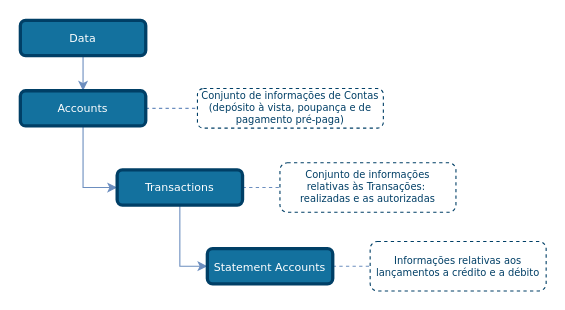
Earlier version of the draw.io diagram draw_io_diagrams/accounts/TLD_Accounts_Transactions.drawio (OpenBanking-Brasil/areadesenvolvedor). Source tidied: cells renumbered, new cells numbered last; positions are measured from the earlier drawing's top-left corner, leaving out a move shared by most shapes. Both pictures are drawn from the tidied source at 110%, with x=0, y=0 at pixel (20, 20).
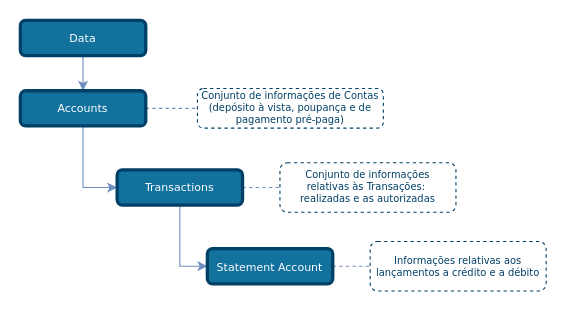
The same page after the edit.

What changed in the source:
```diff
@@
 <mxGraphModel>
   <root>
     <mxCell id="0" />
     <mxCell id="1" parent="0" />
     <mxCell id="2" style="edgeStyle=none;rounded=1;jettySize=auto;html=1;entryX=0;entryY=0.5;entryDx=0;entryDy=0;dashed=1;endArrow=none;endFill=0;endSize=6;strokeColor=#6C8EBF;exitX=1;exitY=0.5;exitDx=0;exitDy=0;" parent="1" edge="1" source="13" target="8">
       <mxGeometry relative="1" as="geometry" />
     </mxCell>
     <mxCell id="3" style="edgeStyle=orthogonalEdgeStyle;rounded=0;jettySize=auto;html=1;exitX=0.5;exitY=1;exitDx=0;exitDy=0;entryX=0.5;entryY=0;entryDx=0;entryDy=0;endSize=6;fillColor=#dae8fc;strokeColor=#6c8ebf;comic=0;shadow=0;backgroundOutline=0;snapToPoint=0;fixDash=0;endArrow=classic;endFill=1;" parent="1" edge="1" source="4">
       <mxGeometry relative="1" as="geometry">
         <mxPoint x="57" y="64" as="targetPoint" />
       </mxGeometry>
     </mxCell>
     <mxCell id="4" value="Data" style="rounded=1;whiteSpace=wrap;html=1;comic=0;shadow=0;backgroundOutline=0;snapToPoint=0;fixDash=0;strokeWidth=3;fontFamily=Verdana;fontStyle=0;labelBackgroundColor=none;labelBorderColor=none;fontSize=10;fillColor=#13719E;strokeColor=#003F66;fontColor=#ffffff;" parent="1" vertex="1">
       <mxGeometry width="114" height="32" as="geometry" />
     </mxCell>
     <mxCell id="5" style="edgeStyle=orthogonalEdgeStyle;rounded=0;jettySize=auto;html=1;exitX=0.5;exitY=1;exitDx=0;exitDy=0;entryX=0;entryY=0.5;entryDx=0;entryDy=0;strokeColor=#6C8EBF;endArrow=classic;endFill=1;" parent="1" edge="1" source="12" target="13">
       <mxGeometry relative="1" as="geometry" />
     </mxCell>
     <mxCell id="6" style="edgeStyle=none;rounded=1;jettySize=auto;html=1;exitX=1;exitY=0.5;exitDx=0;exitDy=0;entryX=0;entryY=0.5;entryDx=0;entryDy=0;dashed=1;endArrow=none;endFill=0;endSize=6;strokeColor=#6C8EBF;" parent="1" edge="1" source="12" target="7">
       <mxGeometry relative="1" as="geometry" />
     </mxCell>
     <mxCell id="7" value="&lt;font style=&quot;font-size: 9px&quot;&gt;Conjunto de informações de Contas (depósito à vista, poupança e de pagamento pré-paga)&lt;/font&gt;" style="rounded=1;whiteSpace=wrap;html=1;shadow=0;comic=0;strokeColor=#003F66;strokeWidth=1;fillColor=#ffffff;fontFamily=Verdana;fontSize=9;fontColor=#003F66;dashed=1;spacingLeft=5;spacing=0;spacingRight=5;spacingBottom=5;spacingTop=5;align=center;verticalAlign=middle;gradientColor=#ffffff;" parent="1" vertex="1">
       <mxGeometry x="161" y="62" width="169" height="36" as="geometry" />
     </mxCell>
     <mxCell id="8" value="&lt;font style=&quot;font-size: 9px&quot;&gt;Conjunto de informações relativas às Transações:&amp;nbsp; realizadas e as autorizadas&lt;/font&gt;" style="rounded=1;whiteSpace=wrap;html=1;shadow=0;comic=0;strokeColor=#003F66;strokeWidth=1;fillColor=#ffffff;fontFamily=Verdana;fontSize=9;fontColor=#003F66;dashed=1;spacingLeft=5;spacing=0;spacingRight=5;spacingBottom=5;spacingTop=5;align=center;verticalAlign=middle;gradientColor=#ffffff;" parent="1" vertex="1">
       <mxGeometry x="236" y="129.5" width="160" height="45" as="geometry" />
     </mxCell>
     <mxCell id="9" style="edgeStyle=none;rounded=1;jettySize=auto;html=1;entryX=0;entryY=0.5;entryDx=0;entryDy=0;dashed=1;endArrow=none;endFill=0;endSize=6;strokeColor=#6C8EBF;exitX=1;exitY=0.5;exitDx=0;exitDy=0;" parent="1" edge="1" source="14" target="10">
       <mxGeometry relative="1" as="geometry" />
     </mxCell>
     <mxCell id="10" value="&lt;font style=&quot;font-size: 9px&quot;&gt;Informações relativas aos lançamentos a crédito e a débito&lt;/font&gt;" style="rounded=1;whiteSpace=wrap;html=1;shadow=0;comic=0;strokeColor=#003F66;strokeWidth=1;fillColor=#ffffff;fontFamily=Verdana;fontSize=9;fontColor=#003F66;dashed=1;spacingLeft=5;spacing=0;spacingRight=5;spacingBottom=5;spacingTop=5;align=center;verticalAlign=middle;gradientColor=#ffffff;" parent="1" vertex="1">
       <mxGeometry x="318" y="201" width="160" height="45" as="geometry" />
     </mxCell>
     <mxCell id="11" style="edgeStyle=orthogonalEdgeStyle;rounded=0;jettySize=auto;html=1;exitX=0.5;exitY=1;exitDx=0;exitDy=0;entryX=0;entryY=0.5;entryDx=0;entryDy=0;strokeColor=#6C8EBF;endArrow=classic;endFill=1;" parent="1" edge="1" source="13" target="14">
       <mxGeometry relative="1" as="geometry" />
     </mxCell>
     <mxCell id="12" value="Accounts" style="rounded=1;whiteSpace=wrap;html=1;comic=0;shadow=0;backgroundOutline=0;snapToPoint=0;fixDash=0;strokeWidth=3;fontFamily=Verdana;fontStyle=0;labelBackgroundColor=none;labelBorderColor=none;fontSize=10;fillColor=#13719E;strokeColor=#003F66;fontColor=#ffffff;" parent="1" vertex="1">
       <mxGeometry y="64" width="114" height="32" as="geometry" />
     </mxCell>
     <mxCell id="13" value="Transactions" style="rounded=1;whiteSpace=wrap;html=1;comic=0;shadow=0;backgroundOutline=0;snapToPoint=0;fixDash=0;strokeWidth=3;fontFamily=Verdana;fontStyle=0;labelBackgroundColor=none;labelBorderColor=none;fontSize=10;fillColor=#13719E;strokeColor=#003F66;fontColor=#ffffff;" parent="1" vertex="1">
       <mxGeometry x="88" y="136" width="114" height="32" as="geometry" />
     </mxCell>
-    <mxCell id="14" value="Statement Accounts" style="rounded=1;whiteSpace=wrap;html=1;comic=0;shadow=0;backgroundOutline=0;snapToPoint=0;fixDash=0;strokeWidth=3;fontFamily=Verdana;fontStyle=0;labelBackgroundColor=none;labelBorderColor=none;fontSize=10;fillColor=#13719E;strokeColor=#003F66;fontColor=#ffffff;" parent="1" vertex="1">
+    <mxCell id="14" value="Statement Account" style="rounded=1;whiteSpace=wrap;html=1;comic=0;shadow=0;backgroundOutline=0;snapToPoint=0;fixDash=0;strokeWidth=3;fontFamily=Verdana;fontStyle=0;labelBackgroundColor=none;labelBorderColor=none;fontSize=10;fillColor=#13719E;strokeColor=#003F66;fontColor=#ffffff;" parent="1" vertex="1">
       <mxGeometry x="170" y="207.5" width="114" height="32" as="geometry" />
     </mxCell>
   </root>
 </mxGraphModel>
```
